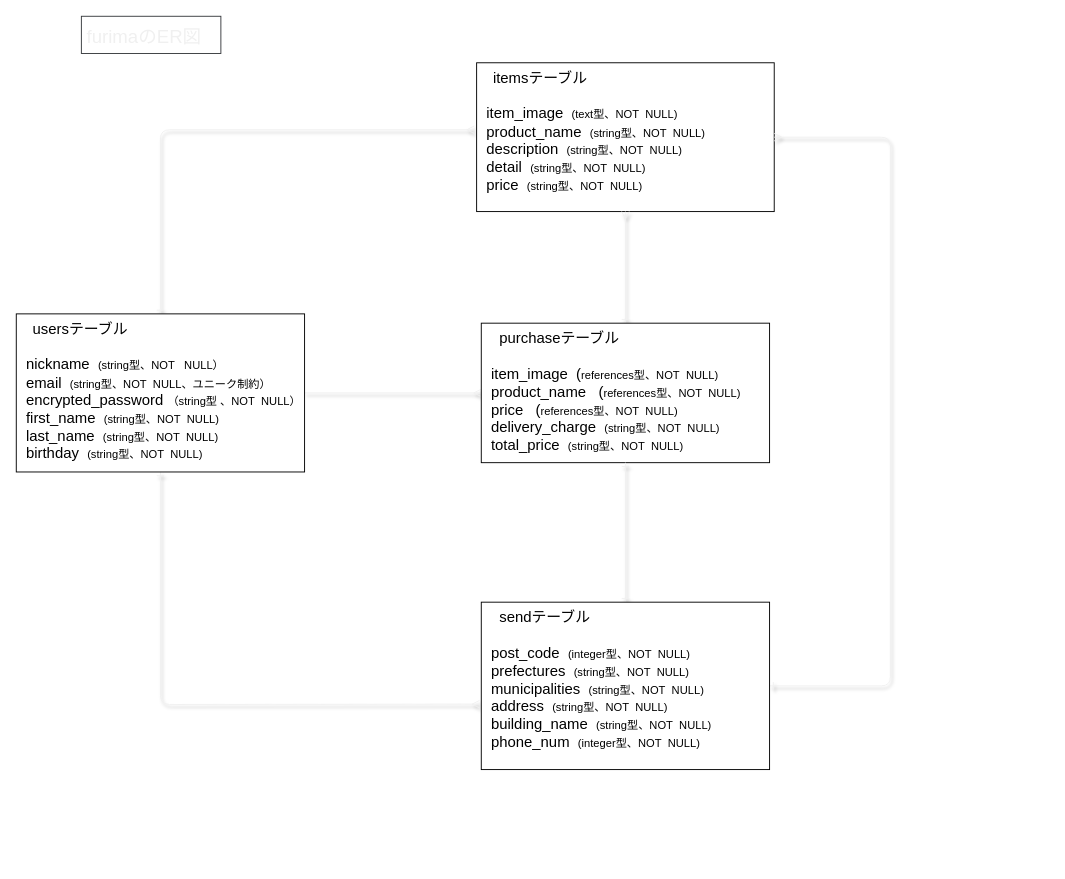
This is er.dio from saku-naka/furima-39533, a draw.io file, before an edit. Source tidied: cells renumbered, new cells numbered last; positions are measured from the earlier drawing's top-left corner, leaving out a move shared by most shapes. Both pictures are drawn from the tidied source at 93%, with x=0, y=0 at pixel (16, 16).
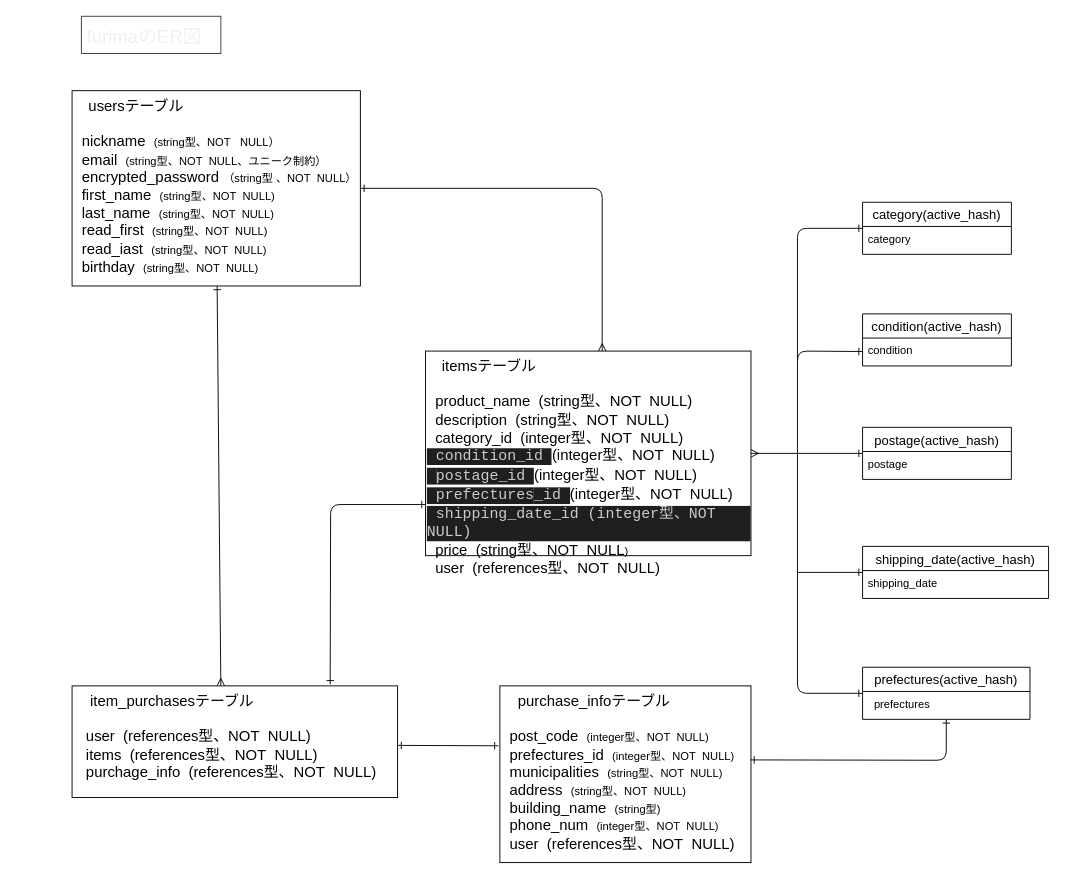
The same diagram, later.

Commit message (it also covers changes not shown here):
訂正しました。

The edit, as a diff of the source:
```diff
@@
-    <mxCell id="3" style="edgeStyle=none;html=1;entryX=-0.008;entryY=0.45;entryDx=0;entryDy=0;entryPerimeter=0;shadow=1;fontFamily=Helvetica;fontSize=12;endArrow=ERmany;endFill=0;strokeWidth=1;strokeColor=#F0F0F0;startArrow=ERone;startFill=0;" parent="1" edge="1" source="6" target="7">
-      <mxGeometry relative="1" as="geometry">
-        <Array as="points">
-          <mxPoint x="155" y="122" />
-        </Array>
-      </mxGeometry>
-    </mxCell>
+    <mxCell id="11" style="edgeStyle=none;html=1;fontSize=16;startArrow=ERone;startFill=0;endArrow=ERmany;endFill=0;" parent="1" edge="1" source="6">
+      <mxGeometry relative="1" as="geometry">
+        <mxPoint x="630" y="360" as="targetPoint" />
+        <Array as="points">
+          <mxPoint x="630" y="185" />
+        </Array>
+      </mxGeometry>
+    </mxCell>
-    <mxCell id="4" style="edgeStyle=none;html=1;entryX=0;entryY=0.5;entryDx=0;entryDy=0;shadow=1;strokeColor=#F0F0F0;strokeWidth=1;fontFamily=Helvetica;fontSize=12;endArrow=ERmany;endFill=0;" parent="1" edge="1" source="6" target="9">
+    <mxCell id="4" style="edgeStyle=none;html=1;fontSize=16;startArrow=ERone;startFill=0;endArrow=ERmany;endFill=0;entryX=0.457;entryY=0;entryDx=0;entryDy=0;entryPerimeter=0;" parent="1" edge="1" source="6" target="9">
       <mxGeometry relative="1" as="geometry" />
     </mxCell>
-    <mxCell id="5" style="edgeStyle=none;html=1;shadow=1;strokeColor=#F0F0F0;strokeWidth=1;fontFamily=Helvetica;fontSize=12;endArrow=ERmany;endFill=0;entryX=-0.006;entryY=0.609;entryDx=0;entryDy=0;entryPerimeter=0;startArrow=ERone;startFill=0;" parent="1" edge="1" source="6" target="12">
-      <mxGeometry relative="1" as="geometry">
-        <Array as="points">
-          <mxPoint x="155" y="740" />
-        </Array>
-      </mxGeometry>
-    </mxCell>
-    <mxCell id="6" value="　usersテーブル&lt;br&gt;&lt;br&gt;&amp;nbsp; nickname&amp;nbsp; &lt;font style=&quot;font-size: 12px;&quot;&gt;(string型、NOT&amp;nbsp; &amp;nbsp;NULL）&lt;/font&gt;&lt;br&gt;&amp;nbsp; email&amp;nbsp;&amp;nbsp;&lt;span style=&quot;font-size: 12px;&quot;&gt;(string型、NOT&amp;nbsp; NULL、ユニーク制約）&lt;/span&gt;&lt;br&gt;&amp;nbsp; encrypted_password&amp;nbsp;&lt;font style=&quot;font-size: 12px;&quot;&gt;（string型 、NOT&amp;nbsp; NULL）&lt;/font&gt;&lt;br&gt;&amp;nbsp; first_name&amp;nbsp; &lt;font style=&quot;font-size: 12px;&quot;&gt;(string型、NOT&amp;nbsp; NULL)&lt;/font&gt;&lt;br&gt;&amp;nbsp; last_name&amp;nbsp; &lt;font style=&quot;font-size: 12px;&quot;&gt;(string型、NOT&amp;nbsp; NULL)&lt;/font&gt;&lt;br&gt;&amp;nbsp; birthday&amp;nbsp; &lt;font style=&quot;font-size: 12px;&quot;&gt;(string型、NOT&amp;nbsp; NULL)&lt;/font&gt;" style="rounded=0;whiteSpace=wrap;html=1;fontSize=16;align=left;verticalAlign=top;direction=west;" parent="1" vertex="1">
-      <mxGeometry y="320" width="310" height="170" as="geometry" />
+    <mxCell id="6" value="　usersテーブル&lt;br&gt;&lt;br&gt;&amp;nbsp; nickname&amp;nbsp; &lt;font style=&quot;font-size: 12px;&quot;&gt;(string型、NOT&amp;nbsp; &amp;nbsp;NULL）&lt;/font&gt;&lt;br&gt;&amp;nbsp; email&amp;nbsp;&amp;nbsp;&lt;span style=&quot;font-size: 12px;&quot;&gt;(string型、NOT&amp;nbsp; NULL、ユニーク制約）&lt;/span&gt;&lt;br&gt;&amp;nbsp; encrypted_password&amp;nbsp;&lt;font style=&quot;font-size: 12px;&quot;&gt;（string型 、NOT&amp;nbsp; NULL）&lt;/font&gt;&lt;br&gt;&amp;nbsp; first_name&amp;nbsp; &lt;font style=&quot;font-size: 12px;&quot;&gt;(string型、NOT&amp;nbsp; NULL)&lt;/font&gt;&lt;br&gt;&amp;nbsp; last_name&amp;nbsp; &lt;font style=&quot;font-size: 12px;&quot;&gt;(string型、NOT&amp;nbsp; NULL)&lt;br&gt;&lt;/font&gt;&amp;nbsp; read_first&amp;nbsp;&amp;nbsp;&lt;font style=&quot;font-size: 12px;&quot;&gt;(string型、NOT&amp;nbsp; NULL)&lt;br&gt;&lt;/font&gt;&amp;nbsp; read_iast&amp;nbsp;&amp;nbsp;&lt;font style=&quot;font-size: 12px;&quot;&gt;(string型、NOT&amp;nbsp; NULL)&lt;/font&gt;&lt;br&gt;&amp;nbsp; birthday&amp;nbsp; &lt;font style=&quot;font-size: 12px;&quot;&gt;(string型、NOT&amp;nbsp; NULL)&lt;/font&gt;" style="rounded=0;whiteSpace=wrap;html=1;fontSize=16;align=left;verticalAlign=top;direction=west;" parent="1" vertex="1">
+      <mxGeometry x="60" y="80" width="310" height="210" as="geometry" />
     </mxCell>
+    <mxCell id="13" style="edgeStyle=none;html=1;exitX=0;exitY=0.75;exitDx=0;exitDy=0;entryX=0.793;entryY=-0.014;entryDx=0;entryDy=0;entryPerimeter=0;fontSize=16;startArrow=ERone;startFill=0;endArrow=ERone;endFill=0;" parent="1" edge="1" source="7" target="9">
+      <mxGeometry relative="1" as="geometry">
+        <Array as="points">
+          <mxPoint x="338" y="525" />
+        </Array>
+      </mxGeometry>
+    </mxCell>
-    <mxCell id="7" value="　itemsテーブル&lt;br&gt;&lt;br&gt;&amp;nbsp; item_image&amp;nbsp; &lt;font style=&quot;font-size: 12px;&quot;&gt;(text型、NOT&amp;nbsp; NULL)&lt;/font&gt;&lt;br&gt;&amp;nbsp; product_name&amp;nbsp; &lt;font style=&quot;font-size: 12px;&quot;&gt;(string型、NOT&amp;nbsp; NULL)&lt;/font&gt;&lt;br&gt;&amp;nbsp; description&amp;nbsp; &lt;font style=&quot;font-size: 12px;&quot;&gt;(string型、NOT&amp;nbsp; NULL)&lt;/font&gt;&lt;br&gt;&amp;nbsp; detail&amp;nbsp; &lt;font style=&quot;font-size: 12px;&quot;&gt;(string型、NOT&amp;nbsp; NULL)&lt;/font&gt;&lt;br&gt;&amp;nbsp; price&amp;nbsp; &lt;font style=&quot;font-size: 12px;&quot;&gt;(string型、NOT&amp;nbsp; NULL)&lt;/font&gt;&lt;br&gt;&amp;nbsp;&amp;nbsp;" style="rounded=0;whiteSpace=wrap;html=1;fontSize=16;align=left;verticalAlign=top;" parent="1" vertex="1">
-      <mxGeometry x="495" y="50" width="320" height="160" as="geometry" />
+    <mxCell id="7" value="　itemsテーブル&lt;br&gt;&lt;br&gt;&amp;nbsp;&lt;font style=&quot;font-size: 16px;&quot;&gt; product_name&amp;nbsp; &lt;font style=&quot;font-size: 16px;&quot;&gt;(string型、NOT&amp;nbsp; NULL)&lt;/font&gt;&lt;br&gt;&amp;nbsp; description&amp;nbsp; &lt;font style=&quot;font-size: 16px;&quot;&gt;(string型、NOT&amp;nbsp; NULL)&lt;/font&gt;&lt;br&gt;&amp;nbsp; &lt;font style=&quot;font-size: 16px;&quot;&gt;category_id&amp;nbsp; (integer型、NOT&amp;nbsp; NULL)&lt;br&gt;&lt;/font&gt;&lt;span style=&quot;background-color: rgb(31, 31, 31); color: rgb(204, 204, 204); font-family: Consolas, &amp;quot;Courier New&amp;quot;, monospace;&quot;&gt;&amp;nbsp;condition_id&amp;nbsp;&lt;/span&gt;(integer型、NOT&amp;nbsp; NULL)&lt;br&gt;&lt;span style=&quot;background-color: rgb(31, 31, 31); color: rgb(204, 204, 204); font-family: Consolas, &amp;quot;Courier New&amp;quot;, monospace;&quot;&gt;&amp;nbsp;&lt;/span&gt;&lt;span style=&quot;background-color: rgb(31, 31, 31); color: rgb(204, 204, 204); font-family: Consolas, &amp;quot;Courier New&amp;quot;, monospace;&quot;&gt;postage_id&amp;nbsp;&lt;/span&gt;(integer型、NOT&amp;nbsp; NULL)&lt;br&gt;&lt;span style=&quot;background-color: rgb(31, 31, 31); color: rgb(204, 204, 204); font-family: Consolas, &amp;quot;Courier New&amp;quot;, monospace;&quot;&gt;&amp;nbsp;prefectures&lt;/span&gt;&lt;span style=&quot;background-color: rgb(31, 31, 31); color: rgb(204, 204, 204); font-family: Consolas, &amp;quot;Courier New&amp;quot;, monospace;&quot;&gt;_id&amp;nbsp;&lt;/span&gt;(integer型、NOT&amp;nbsp; NULL)&lt;br&gt;&lt;/font&gt;&lt;div style=&quot;color: rgb(204, 204, 204); background-color: rgb(31, 31, 31); font-family: Consolas, &amp;quot;Courier New&amp;quot;, monospace; line-height: 19px;&quot;&gt;&lt;font style=&quot;font-size: 16px;&quot;&gt;&amp;nbsp;shipping_date_id (integer型、NOT NULL)&lt;/font&gt;&lt;/div&gt;&lt;font style=&quot;font-size: 16px;&quot;&gt;&amp;nbsp; price&amp;nbsp; &lt;font style=&quot;font-size: 16px;&quot;&gt;(string型、NOT&amp;nbsp; NULL&lt;/font&gt;&lt;/font&gt;&lt;font style=&quot;font-size: 12px;&quot;&gt;)&lt;/font&gt;&lt;br&gt;&amp;nbsp; user&amp;nbsp; (references型、NOT&amp;nbsp; NULL)" style="rounded=0;whiteSpace=wrap;html=1;fontSize=16;align=left;verticalAlign=top;" parent="1" vertex="1">
+      <mxGeometry x="440" y="360" width="350" height="220" as="geometry" />
     </mxCell>
-    <mxCell id="8" style="edgeStyle=none;html=1;entryX=0.5;entryY=1;entryDx=0;entryDy=0;shadow=1;strokeColor=#F0F0F0;strokeWidth=1;fontFamily=Helvetica;fontSize=12;fontColor=#F0F0F0;endArrow=ERmany;endFill=0;startArrow=ERone;startFill=0;" parent="1" edge="1" source="9" target="7">
-      <mxGeometry relative="1" as="geometry" />
-    </mxCell>
+    <mxCell id="14" style="edgeStyle=none;html=1;entryX=-0.006;entryY=0.339;entryDx=0;entryDy=0;entryPerimeter=0;fontSize=16;startArrow=ERone;startFill=0;endArrow=ERone;endFill=0;" parent="1" edge="1" target="12">
+      <mxGeometry relative="1" as="geometry">
+        <mxPoint x="410" y="784" as="sourcePoint" />
+      </mxGeometry>
+    </mxCell>
-    <mxCell id="9" value="&amp;nbsp; &amp;nbsp; purchaseテーブル&lt;br&gt;&lt;br&gt;&amp;nbsp; item_image&amp;nbsp; (&lt;font style=&quot;font-size: 12px;&quot;&gt;references型、NOT&amp;nbsp; NULL)&lt;/font&gt;&lt;br&gt;&amp;nbsp; product_name&amp;nbsp;&amp;nbsp;&amp;nbsp;(&lt;font style=&quot;font-size: 12px;&quot;&gt;references型、NOT&amp;nbsp; NULL)&lt;/font&gt;&lt;br&gt;&amp;nbsp; price&amp;nbsp;&amp;nbsp;&amp;nbsp;(&lt;font style=&quot;font-size: 12px;&quot;&gt;references型、NOT&amp;nbsp; NULL)&lt;/font&gt;&lt;br&gt;&amp;nbsp; delivery_charge&amp;nbsp;&amp;nbsp;&lt;font style=&quot;font-size: 12px;&quot;&gt;(string型、NOT&amp;nbsp; NULL)&lt;/font&gt;&lt;br&gt;&amp;nbsp; total_price&amp;nbsp;&amp;nbsp;&lt;font style=&quot;font-size: 12px;&quot;&gt;(string型、NOT&amp;nbsp; NULL)&lt;/font&gt;&lt;br&gt;&amp;nbsp;&amp;nbsp;" style="rounded=0;whiteSpace=wrap;html=1;fontSize=16;align=left;verticalAlign=top;" parent="1" vertex="1">
-      <mxGeometry x="500" y="330" width="310" height="150" as="geometry" />
+    <mxCell id="9" value="&amp;nbsp; &amp;nbsp; item_purchasesテーブル&lt;br&gt;&lt;br&gt;&amp;nbsp;&amp;nbsp;&amp;nbsp;user&amp;nbsp; (references型、NOT&amp;nbsp; NULL)&lt;br&gt;&amp;nbsp; &amp;nbsp;items&amp;nbsp; (references型、NOT&amp;nbsp; NULL)&lt;br&gt;&amp;nbsp; &amp;nbsp;purchage_info&amp;nbsp; (references型、NOT&amp;nbsp; NULL)" style="rounded=0;whiteSpace=wrap;html=1;fontSize=16;align=left;verticalAlign=top;" parent="1" vertex="1">
+      <mxGeometry x="60" y="720" width="350" height="120" as="geometry" />
     </mxCell>
-    <mxCell id="10" style="edgeStyle=none;html=1;entryX=1;entryY=0.5;entryDx=0;entryDy=0;shadow=1;strokeColor=#F0F0F0;strokeWidth=1;fontFamily=Helvetica;fontSize=12;fontColor=#F0F0F0;endArrow=ERmany;endFill=0;startArrow=ERone;startFill=0;" parent="1" edge="1" source="12" target="7">
-      <mxGeometry relative="1" as="geometry">
-        <Array as="points">
-          <mxPoint x="940" y="720" />
-          <mxPoint x="940" y="130" />
-        </Array>
-      </mxGeometry>
-    </mxCell>
-    <mxCell id="11" style="edgeStyle=none;html=1;entryX=0.5;entryY=1;entryDx=0;entryDy=0;shadow=1;strokeColor=#F0F0F0;strokeWidth=1;fontFamily=Helvetica;fontSize=12;fontColor=#F0F0F0;endArrow=ERone;endFill=0;startArrow=ERone;startFill=0;" parent="1" edge="1" source="12" target="9">
-      <mxGeometry relative="1" as="geometry" />
-    </mxCell>
-    <mxCell id="12" value="&amp;nbsp; &amp;nbsp; sendテーブル&lt;br&gt;&lt;br&gt;&amp;nbsp; post_code&amp;nbsp;&amp;nbsp;&lt;font style=&quot;font-size: 12px;&quot;&gt;(integer型、NOT&amp;nbsp; NULL)&lt;/font&gt;&lt;br&gt;&amp;nbsp; prefectures&amp;nbsp;&amp;nbsp;&lt;font style=&quot;font-size: 12px;&quot;&gt;(string型、NOT&amp;nbsp; NULL)&lt;/font&gt;&lt;br&gt;&amp;nbsp; municipalities&amp;nbsp;&amp;nbsp;&lt;font style=&quot;font-size: 12px;&quot;&gt;(string型、NOT&amp;nbsp; NULL)&lt;/font&gt;&lt;br&gt;&amp;nbsp; address&amp;nbsp;&amp;nbsp;&lt;font style=&quot;font-size: 12px;&quot;&gt;(string型、NOT&amp;nbsp; NULL)&lt;/font&gt;&lt;br&gt;&amp;nbsp; building_name&amp;nbsp;&amp;nbsp;&lt;font style=&quot;font-size: 12px;&quot;&gt;(string型、NOT&amp;nbsp; NULL)&lt;/font&gt;&lt;br&gt;&amp;nbsp; phone_num&amp;nbsp;&amp;nbsp;&lt;font style=&quot;font-size: 12px;&quot;&gt;(integer型、NOT&amp;nbsp; NULL)&lt;/font&gt;" style="rounded=0;whiteSpace=wrap;html=1;fontSize=16;align=left;verticalAlign=top;" parent="1" vertex="1">
-      <mxGeometry x="500" y="630" width="310" height="180" as="geometry" />
+    <mxCell id="12" value="&amp;nbsp; &amp;nbsp; purchase_infoテーブル&lt;br&gt;&lt;br&gt;&amp;nbsp; post_code&amp;nbsp;&amp;nbsp;&lt;font style=&quot;font-size: 12px;&quot;&gt;(integer型、NOT&amp;nbsp; NULL)&lt;/font&gt;&lt;br&gt;&amp;nbsp; prefectures_id&amp;nbsp;&amp;nbsp;&lt;font style=&quot;font-size: 12px;&quot;&gt;(integer型、NOT&amp;nbsp; NULL)&lt;/font&gt;&lt;br&gt;&amp;nbsp; municipalities&amp;nbsp;&amp;nbsp;&lt;font style=&quot;font-size: 12px;&quot;&gt;(string型、NOT&amp;nbsp; NULL)&lt;/font&gt;&lt;br&gt;&amp;nbsp; address&amp;nbsp;&amp;nbsp;&lt;font style=&quot;font-size: 12px;&quot;&gt;(string型、NOT&amp;nbsp; NULL)&lt;/font&gt;&lt;br&gt;&amp;nbsp; building_name&amp;nbsp;&amp;nbsp;&lt;font style=&quot;font-size: 12px;&quot;&gt;(string型)&lt;/font&gt;&lt;br&gt;&amp;nbsp; phone_num&amp;nbsp;&amp;nbsp;&lt;font style=&quot;font-size: 12px;&quot;&gt;(integer型、NOT&amp;nbsp; NULL)&lt;br&gt;&lt;span style=&quot;font-size: 16px;&quot;&gt;&amp;nbsp; user&amp;nbsp; (references型、NOT&amp;nbsp; NULL)&lt;/span&gt;&lt;br&gt;&lt;/font&gt;" style="rounded=0;whiteSpace=wrap;html=1;fontSize=16;align=left;verticalAlign=top;" parent="1" vertex="1">
+      <mxGeometry x="520" y="720" width="270" height="190" as="geometry" />
     </mxCell>
+    <mxCell id="15" style="edgeStyle=none;html=1;entryX=0.998;entryY=0.419;entryDx=0;entryDy=0;fontSize=16;startArrow=ERone;startFill=0;endArrow=ERone;endFill=0;entryPerimeter=0;" parent="1" edge="1" source="17" target="12">
+      <mxGeometry relative="1" as="geometry">
+        <Array as="points">
+          <mxPoint x="1000" y="800" />
+        </Array>
+      </mxGeometry>
+    </mxCell>
+    <mxCell id="16" style="edgeStyle=none;html=1;fontSize=16;startArrow=ERone;startFill=0;endArrow=none;endFill=0;" parent="1" edge="1" source="17">
+      <mxGeometry relative="1" as="geometry">
+        <mxPoint x="840" y="470" as="targetPoint" />
+        <Array as="points">
+          <mxPoint x="840" y="728" />
+        </Array>
+      </mxGeometry>
+    </mxCell>
+    <mxCell id="17" value="prefectures(active_hash)" style="swimlane;fontStyle=0;horizontal=1;startSize=26;align=center;fontSize=14;" parent="1" vertex="1">
+      <mxGeometry x="910" y="700" width="180" height="56" as="geometry" />
+    </mxCell>
+    <mxCell id="18" value="  prefectures" style="text;strokeColor=none;fillColor=none;spacingLeft=4;spacingRight=4;overflow=hidden;fontSize=12;" parent="17" vertex="1">
+      <mxGeometry y="26" width="180" height="30" as="geometry" />
+    </mxCell>
+    <mxCell id="19" style="edgeStyle=none;html=1;fontSize=16;startArrow=ERone;startFill=0;endArrow=ERmany;endFill=0;" parent="1" edge="1" source="20" target="7">
+      <mxGeometry relative="1" as="geometry" />
+    </mxCell>
+    <mxCell id="20" value="postage(active_hash)" style="swimlane;fontStyle=0;horizontal=1;startSize=26;align=center;fontSize=14;" parent="1" vertex="1">
+      <mxGeometry x="910" y="442" width="160" height="56" as="geometry" />
+    </mxCell>
+    <mxCell id="21" value="postage" style="text;strokeColor=none;fillColor=none;spacingLeft=4;spacingRight=4;overflow=hidden;fontSize=12;" parent="20" vertex="1">
+      <mxGeometry y="26" width="160" height="30" as="geometry" />
+    </mxCell>
+    <mxCell id="22" value="condition(active_hash)" style="swimlane;fontStyle=0;horizontal=1;startSize=26;align=center;fontSize=14;" parent="1" vertex="1">
+      <mxGeometry x="910" y="320" width="160" height="56" as="geometry" />
+    </mxCell>
+    <mxCell id="23" value="condition" style="text;strokeColor=none;fillColor=none;spacingLeft=4;spacingRight=4;overflow=hidden;points=[[0,0.5],[1,0.5]];portConstraint=eastwest;fontSize=12;" parent="22" vertex="1">
+      <mxGeometry y="26" width="160" height="30" as="geometry" />
+    </mxCell>
+    <mxCell id="24" style="edgeStyle=none;html=1;fontSize=16;startArrow=ERone;startFill=0;endArrow=none;endFill=0;" parent="1" edge="1" source="25">
+      <mxGeometry relative="1" as="geometry">
+        <mxPoint x="840" y="370" as="targetPoint" />
+        <Array as="points">
+          <mxPoint x="840" y="228" />
+        </Array>
+      </mxGeometry>
+    </mxCell>
+    <mxCell id="25" value="category(active_hash)" style="swimlane;fontStyle=0;horizontal=1;startSize=26;align=center;fontSize=14;" parent="1" vertex="1">
+      <mxGeometry x="910" y="200" width="160" height="56" as="geometry" />
+    </mxCell>
+    <mxCell id="26" value="category" style="text;strokeColor=none;fillColor=none;spacingLeft=4;spacingRight=4;overflow=hidden;fontSize=12;" parent="25" vertex="1">
+      <mxGeometry y="26" width="160" height="30" as="geometry" />
+    </mxCell>
+    <mxCell id="27" style="edgeStyle=none;html=1;fontSize=16;startArrow=ERone;startFill=0;endArrow=none;endFill=0;" parent="1" edge="1" source="28">
+      <mxGeometry relative="1" as="geometry">
+        <mxPoint x="840" y="598" as="targetPoint" />
+      </mxGeometry>
+    </mxCell>
+    <mxCell id="28" value="shipping_date(active_hash)" style="swimlane;fontStyle=0;horizontal=1;startSize=26;align=center;fontSize=14;" parent="1" vertex="1">
+      <mxGeometry x="910" y="570" width="200" height="56" as="geometry" />
+    </mxCell>
+    <mxCell id="29" value="shipping_date" style="text;strokeColor=none;fillColor=none;spacingLeft=4;spacingRight=4;overflow=hidden;fontSize=12;" parent="28" vertex="1">
+      <mxGeometry y="26" width="200" height="30" as="geometry" />
+    </mxCell>
+    <mxCell id="30" style="edgeStyle=none;html=1;fontSize=16;startArrow=ERone;startFill=0;endArrow=none;endFill=0;" parent="1" edge="1" source="23">
+      <mxGeometry relative="1" as="geometry">
+        <mxPoint x="840" y="470" as="targetPoint" />
+        <Array as="points">
+          <mxPoint x="840" y="360" />
+        </Array>
+      </mxGeometry>
+    </mxCell>
```
